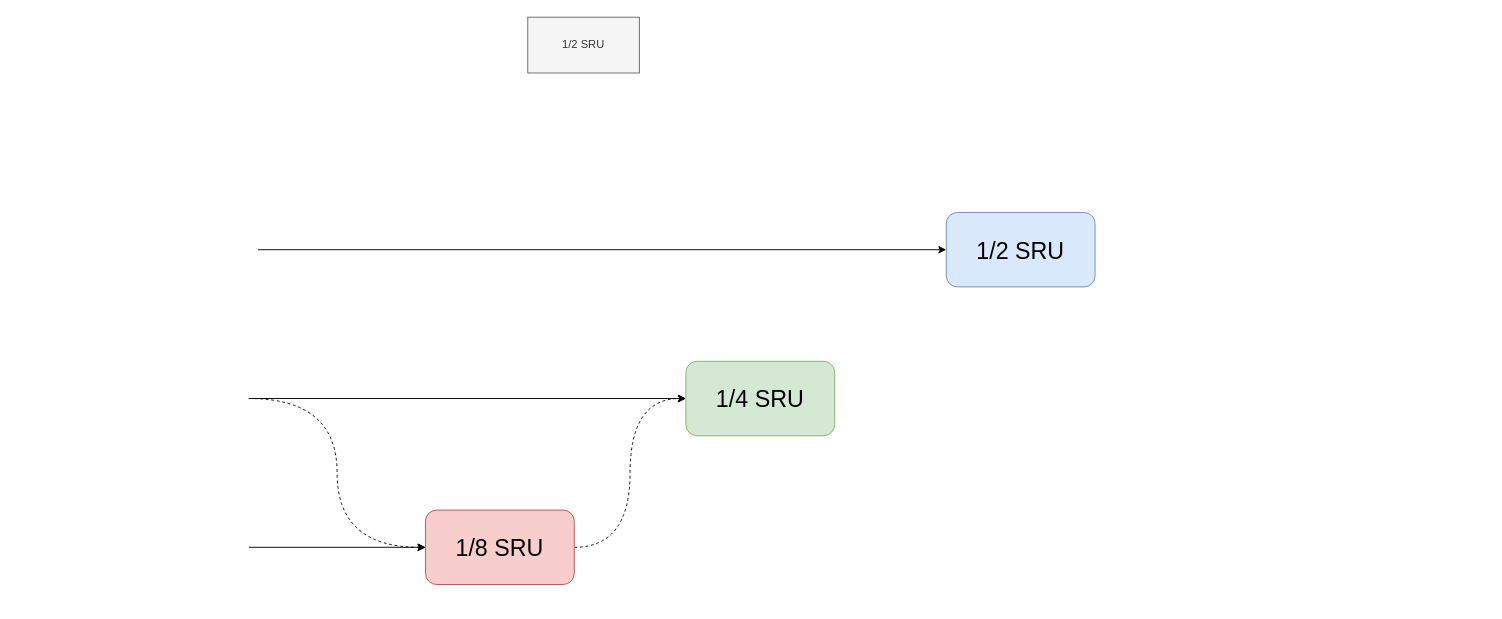
This is sru.drawio from wangpinzhi/wangpinzhi.github.io, a draw.io file, before an edit. Source tidied: cells renumbered, new cells numbered last; positions are measured from the earlier drawing's top-left corner, leaving out a move shared by most shapes. Both pictures are drawn from the tidied source at 93%, with x=0, y=0 at pixel (230, 17).
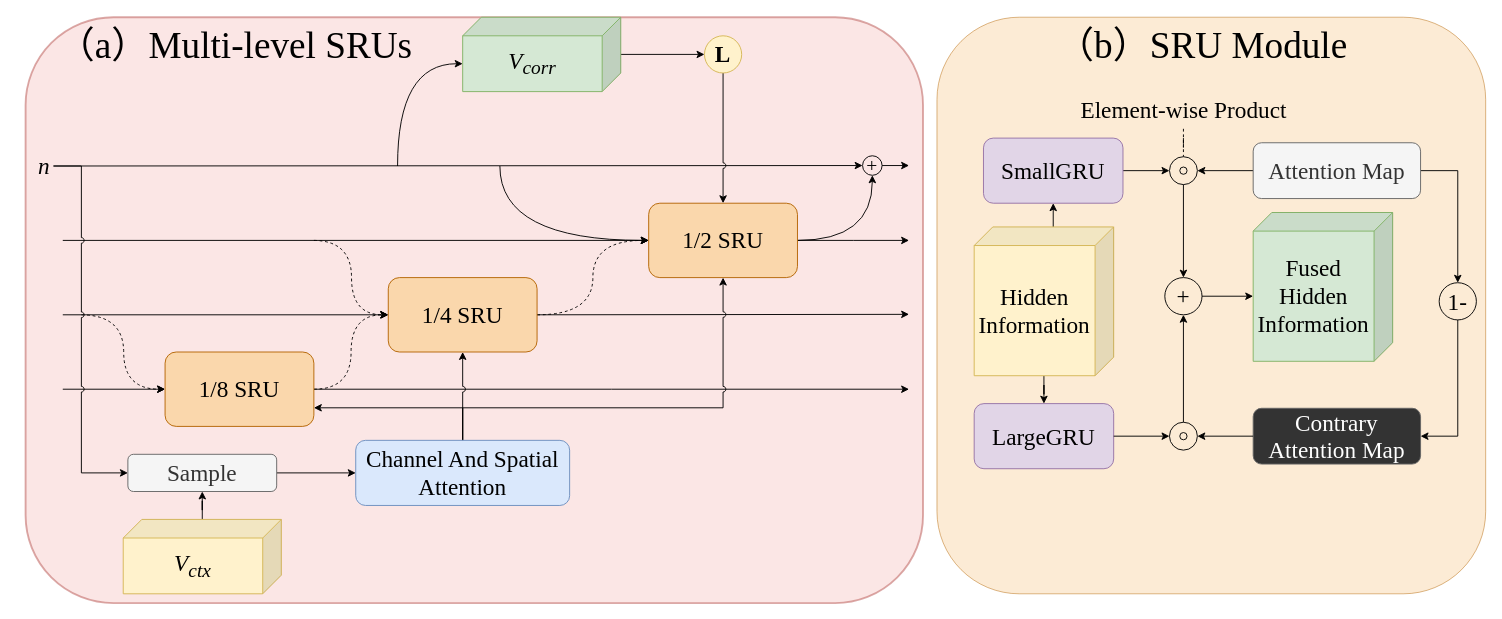
Above is the later version.

Change to the diagram source:
```diff
@@
-    <mxCell id="2" value="1/2 SRU" style="rounded=0;whiteSpace=wrap;html=1;fillColor=#f5f5f5;fontColor=#333333;strokeColor=#666666;" parent="1" vertex="1">
-      <mxGeometry x="320" width="120" height="60" as="geometry" />
-    </mxCell>
+    <mxCell id="15" style="rounded=1;whiteSpace=wrap;html=1;fontSize=25;fillColor=#fad7ac;strokeColor=#b46504;fontFamily=Times New Roman;opacity=50;" parent="1" vertex="1">
+      <mxGeometry x="760" width="590" height="620" as="geometry" />
+    </mxCell>
+    <mxCell id="16" style="rounded=1;whiteSpace=wrap;html=1;fillColor=#f8cecc;strokeColor=#b85450;shadow=0;strokeWidth=2;opacity=50;" parent="1" vertex="1">
+      <mxGeometry x="-220" width="965" height="630" as="geometry" />
+    </mxCell>
+    <mxCell id="17" style="edgeStyle=orthogonalEdgeStyle;rounded=0;jettySize=auto;html=1;exitX=1;exitY=0.5;exitDx=0;exitDy=0;curved=1;" parent="1" edge="1" source="3" target="27">
+      <mxGeometry relative="1" as="geometry" />
+    </mxCell>
+    <mxCell id="18" style="edgeStyle=orthogonalEdgeStyle;rounded=0;jettySize=auto;html=1;" parent="1" edge="1" source="3">
+      <mxGeometry relative="1" as="geometry">
+        <mxPoint x="730" y="240" as="targetPoint" />
+      </mxGeometry>
+    </mxCell>
-    <mxCell id="3" value="1/2 SRU" style="rounded=1;whiteSpace=wrap;html=1;fontSize=25;fillColor=#dae8fc;strokeColor=#6c8ebf;" parent="1" vertex="1">
-      <mxGeometry x="770" y="210" width="160" height="80" as="geometry" />
+    <mxCell id="3" value="1/2 SRU" style="rounded=1;whiteSpace=wrap;html=1;fontSize=25;fillColor=#fad7ac;strokeColor=#b46504;fontFamily=Times New Roman;" parent="1" vertex="1">
+      <mxGeometry x="450" y="200" width="160" height="80" as="geometry" />
     </mxCell>
@@
+    <mxCell id="19" style="edgeStyle=orthogonalEdgeStyle;rounded=0;jettySize=auto;html=1;exitX=1;exitY=0.5;exitDx=0;exitDy=0;" parent="1" edge="1" source="5">
+      <mxGeometry relative="1" as="geometry">
+        <mxPoint x="730" y="319.5" as="targetPoint" />
+      </mxGeometry>
+    </mxCell>
+    <mxCell id="20" style="edgeStyle=orthogonalEdgeStyle;rounded=0;jettySize=auto;html=1;exitX=1;exitY=0.5;exitDx=0;exitDy=0;entryX=0;entryY=0.5;entryDx=0;entryDy=0;curved=1;dashed=1;" parent="1" edge="1" source="5" target="3">
+      <mxGeometry relative="1" as="geometry" />
+    </mxCell>
-    <mxCell id="5" value="1/4 SRU" style="rounded=1;whiteSpace=wrap;html=1;fontSize=25;fillColor=#d5e8d4;strokeColor=#82b366;" parent="1" vertex="1">
-      <mxGeometry x="490" y="370" width="160" height="80" as="geometry" />
+    <mxCell id="5" value="1/4 SRU" style="rounded=1;whiteSpace=wrap;html=1;fontSize=25;fillColor=#fad7ac;strokeColor=#b46504;fontFamily=Times New Roman;" parent="1" vertex="1">
+      <mxGeometry x="170" y="280" width="160" height="80" as="geometry" />
     </mxCell>
@@
+    <mxCell id="21" style="edgeStyle=orthogonalEdgeStyle;rounded=0;jettySize=auto;html=1;" parent="1" edge="1" source="7">
+      <mxGeometry relative="1" as="geometry">
+        <mxPoint x="730" y="400" as="targetPoint" />
+      </mxGeometry>
+    </mxCell>
-    <mxCell id="7" value="1/8 SRU" style="rounded=1;whiteSpace=wrap;html=1;fontSize=25;fillColor=#f8cecc;strokeColor=#b85450;" parent="1" vertex="1">
-      <mxGeometry x="210" y="530" width="160" height="80" as="geometry" />
+    <mxCell id="7" value="1/8 SRU" style="rounded=1;whiteSpace=wrap;html=1;fontSize=25;fillColor=#fad7ac;strokeColor=#b46504;fontFamily=Times New Roman;" parent="1" vertex="1">
+      <mxGeometry x="-70" y="360" width="160" height="80" as="geometry" />
     </mxCell>
@@
     <mxCell id="10" style="ellipse;whiteSpace=wrap;html=1;" parent="1" vertex="1">
-      <mxGeometry x="50" y="370" as="geometry" />
+      <mxGeometry x="-230" y="280" as="geometry" />
     </mxCell>
-    <mxCell id="11" style="edgeStyle=orthogonalEdgeStyle;rounded=0;jettySize=auto;html=1;entryX=0;entryY=0.5;entryDx=0;entryDy=0;curved=1;dashed=1;" parent="1" edge="1" source="12" target="7">
-      <mxGeometry relative="1" as="geometry" />
+    <mxCell id="11" style="edgeStyle=orthogonalEdgeStyle;rounded=0;jettySize=auto;html=1;entryX=0;entryY=0.5;entryDx=0;entryDy=0;curved=1;dashed=1;" parent="1" edge="1" target="7">
+      <mxGeometry relative="1" as="geometry">
+        <mxPoint x="-160" y="320" as="sourcePoint" />
+      </mxGeometry>
     </mxCell>
     <mxCell id="12" style="ellipse;whiteSpace=wrap;html=1;fillColor=none;strokeColor=none;" parent="1" vertex="1">
-      <mxGeometry y="400" width="20" height="20" as="geometry" />
+      <mxGeometry x="-200" y="310" width="20" height="20" as="geometry" />
     </mxCell>
     <mxCell id="13" style="ellipse;whiteSpace=wrap;html=1;fillColor=none;strokeColor=none;" parent="1" vertex="1">
-      <mxGeometry y="560" width="20" height="20" as="geometry" />
+      <mxGeometry x="-200" y="390" width="20" height="20" as="geometry" />
     </mxCell>
+    <mxCell id="22" style="edgeStyle=orthogonalEdgeStyle;rounded=0;jettySize=auto;html=1;entryX=0;entryY=0.5;entryDx=0;entryDy=0;curved=1;dashed=1;" parent="1" edge="1" target="5">
+      <mxGeometry relative="1" as="geometry">
+        <mxPoint x="90" y="240" as="sourcePoint" />
+      </mxGeometry>
+    </mxCell>
     <mxCell id="14" style="ellipse;whiteSpace=wrap;html=1;fillColor=none;strokeColor=none;" parent="1" vertex="1">
-      <mxGeometry x="10" y="240" width="20" height="20" as="geometry" />
+      <mxGeometry x="-200" y="230" width="20" height="20" as="geometry" />
     </mxCell>
+    <mxCell id="23" style="endArrow=classic;html=1;rounded=0;entryX=0;entryY=0.5;entryDx=0;entryDy=0;exitX=1;exitY=0.5;exitDx=0;exitDy=0;" parent="1" edge="1" source="25" target="27">
+      <mxGeometry relative="1" as="geometry" />
+    </mxCell>
+    <mxCell id="24" style="edgeStyle=orthogonalEdgeStyle;rounded=0;jettySize=auto;html=1;entryX=0;entryY=0.5;entryDx=0;entryDy=0;curved=1;" parent="1" edge="1" target="3">
+      <mxGeometry relative="1" as="geometry">
+        <mxPoint x="290" y="160" as="sourcePoint" />
+        <Array as="points">
+          <mxPoint x="290" y="240" />
+        </Array>
+      </mxGeometry>
+    </mxCell>
+    <mxCell id="25" value="n" style="ellipse;whiteSpace=wrap;html=1;fillColor=none;strokeColor=none;fontFamily=Times New Roman;fontSize=25;fontStyle=2;" parent="1" vertex="1">
+      <mxGeometry x="-210" y="150" width="20" height="20" as="geometry" />
+    </mxCell>
+    <mxCell id="26" style="edgeStyle=orthogonalEdgeStyle;rounded=0;jettySize=auto;html=1;exitX=1;exitY=0.5;exitDx=0;exitDy=0;" parent="1" edge="1" source="27">
+      <mxGeometry relative="1" as="geometry">
+        <mxPoint x="730" y="159.5" as="targetPoint" />
+      </mxGeometry>
+    </mxCell>
+    <mxCell id="27" value="+" style="ellipse;whiteSpace=wrap;html=1;rounded=0;strokeColor=default;align=center;verticalAlign=middle;fontFamily=Times New Roman;fontSize=21;fontColor=default;fillColor=none;gradientColor=none;fontStyle=0;" parent="1" vertex="1">
+      <mxGeometry x="680" y="149" width="21" height="21" as="geometry" />
+    </mxCell>
+    <mxCell id="28" style="edgeStyle=orthogonalEdgeStyle;rounded=0;jettySize=auto;html=1;entryX=0;entryY=0.5;entryDx=0;entryDy=0;" parent="1" edge="1" source="29" target="31">
+      <mxGeometry relative="1" as="geometry" />
+    </mxCell>
+    <mxCell id="29" value="V&lt;sub&gt;corr&lt;/sub&gt;" style="shape=cube;whiteSpace=wrap;html=1;boundedLbl=1;backgroundOutline=1;darkOpacity=0.05;darkOpacity2=0.1;flipH=1;fillColor=#d5e8d4;strokeColor=#82b366;fontSize=25;fontStyle=2;fontFamily=Times New Roman;" parent="1" vertex="1">
+      <mxGeometry x="250" width="170" height="80" as="geometry" />
+    </mxCell>
+    <mxCell id="30" style="edgeStyle=orthogonalEdgeStyle;rounded=0;jettySize=auto;html=1;entryX=0.5;entryY=0;entryDx=0;entryDy=0;jumpStyle=arc;" parent="1" edge="1" source="31" target="3">
+      <mxGeometry relative="1" as="geometry" />
+    </mxCell>
+    <mxCell id="31" value="L" style="ellipse;whiteSpace=wrap;html=1;fontSize=25;fontFamily=Times New Roman;fontStyle=1;fillColor=#fff2cc;strokeColor=#d6b656;" parent="1" vertex="1">
+      <mxGeometry x="510" y="20" width="40" height="40" as="geometry" />
+    </mxCell>
+    <mxCell id="32" style="edgeStyle=orthogonalEdgeStyle;rounded=0;jettySize=auto;html=1;entryX=0;entryY=0;entryDx=170;entryDy=50;entryPerimeter=0;curved=1;" parent="1" edge="1" target="29">
+      <mxGeometry relative="1" as="geometry">
+        <mxPoint x="180" y="160" as="sourcePoint" />
+        <Array as="points">
+          <mxPoint x="180" y="50" />
+        </Array>
+      </mxGeometry>
+    </mxCell>
+    <mxCell id="33" style="edgeStyle=orthogonalEdgeStyle;rounded=0;jettySize=auto;html=1;entryX=0.5;entryY=1;entryDx=0;entryDy=0;" parent="1" edge="1" source="34" target="36">
+      <mxGeometry relative="1" as="geometry" />
+    </mxCell>
+    <mxCell id="34" value="V&lt;sub&gt;ctx&lt;/sub&gt;" style="shape=cube;whiteSpace=wrap;html=1;boundedLbl=1;backgroundOutline=1;darkOpacity=0.05;darkOpacity2=0.1;flipH=1;fillColor=#fff2cc;strokeColor=#d6b656;fontSize=25;fontStyle=2;fontFamily=Times New Roman;" parent="1" vertex="1">
+      <mxGeometry x="-115" y="540" width="170" height="80" as="geometry" />
+    </mxCell>
+    <mxCell id="35" style="edgeStyle=orthogonalEdgeStyle;rounded=0;jettySize=auto;html=1;exitX=1;exitY=0.5;exitDx=0;exitDy=0;entryX=0;entryY=0.5;entryDx=0;entryDy=0;" parent="1" edge="1" source="36" target="41">
+      <mxGeometry relative="1" as="geometry" />
+    </mxCell>
+    <mxCell id="36" value="Sample" style="rounded=1;whiteSpace=wrap;html=1;fontSize=25;fillColor=#f5f5f5;strokeColor=#666666;fontColor=#333333;fontFamily=Times New Roman;" parent="1" vertex="1">
+      <mxGeometry x="-110" y="470" width="160" height="40" as="geometry" />
+    </mxCell>
+    <mxCell id="37" style="edgeStyle=orthogonalEdgeStyle;rounded=0;jettySize=auto;html=1;exitX=1;exitY=0.5;exitDx=0;exitDy=0;entryX=0;entryY=0.5;entryDx=0;entryDy=0;jumpStyle=arc;" parent="1" edge="1" source="25" target="36">
+      <mxGeometry relative="1" as="geometry">
+        <Array as="points">
+          <mxPoint x="-160" y="160" />
+          <mxPoint x="-160" y="490" />
+        </Array>
+      </mxGeometry>
+    </mxCell>
+    <mxCell id="38" style="edgeStyle=orthogonalEdgeStyle;rounded=0;jettySize=auto;html=1;entryX=1;entryY=0.75;entryDx=0;entryDy=0;exitX=0.5;exitY=0;exitDx=0;exitDy=0;" parent="1" edge="1" source="41" target="7">
+      <mxGeometry relative="1" as="geometry" />
+    </mxCell>
+    <mxCell id="39" style="edgeStyle=orthogonalEdgeStyle;rounded=0;jettySize=auto;html=1;entryX=0.5;entryY=1;entryDx=0;entryDy=0;jumpStyle=arc;" parent="1" edge="1" source="41" target="5">
+      <mxGeometry relative="1" as="geometry" />
+    </mxCell>
+    <mxCell id="40" style="edgeStyle=orthogonalEdgeStyle;rounded=0;jettySize=auto;html=1;exitX=0.5;exitY=0;exitDx=0;exitDy=0;entryX=0.5;entryY=1;entryDx=0;entryDy=0;jumpStyle=arc;" parent="1" edge="1" source="41" target="3">
+      <mxGeometry relative="1" as="geometry">
+        <Array as="points">
+          <mxPoint x="250" y="420" />
+          <mxPoint x="530" y="420" />
+        </Array>
+      </mxGeometry>
+    </mxCell>
+    <mxCell id="41" value="Channel And Spatial&lt;div&gt;Attention&lt;/div&gt;" style="rounded=1;whiteSpace=wrap;html=1;fillColor=#dae8fc;strokeColor=#6c8ebf;fontSize=25;fontFamily=Times New Roman;" parent="1" vertex="1">
+      <mxGeometry x="135" y="455" width="230" height="70" as="geometry" />
+    </mxCell>
+    <mxCell id="42" value="（a）Multi-level SRUs" style="text;html=1;align=center;verticalAlign=middle;strokeColor=none;fillColor=none;fontFamily=Times New Roman;fontSize=40;" parent="1" vertex="1">
+      <mxGeometry x="-195" width="400" height="60" as="geometry" />
+    </mxCell>
+    <mxCell id="43" style="edgeStyle=orthogonalEdgeStyle;rounded=0;jettySize=auto;html=1;exitX=0;exitY=0;exitDx=65;exitDy=0;exitPerimeter=0;entryX=0.5;entryY=1;entryDx=0;entryDy=0;" parent="1" edge="1" source="45" target="47">
+      <mxGeometry relative="1" as="geometry" />
+    </mxCell>
+    <mxCell id="44" style="edgeStyle=orthogonalEdgeStyle;rounded=0;jettySize=auto;html=1;entryX=0.5;entryY=0;entryDx=0;entryDy=0;" parent="1" edge="1" source="45" target="48">
+      <mxGeometry relative="1" as="geometry" />
+    </mxCell>
+    <mxCell id="45" value="Hidden&lt;br&gt;Information" style="shape=cube;whiteSpace=wrap;html=1;boundedLbl=1;backgroundOutline=1;darkOpacity=0.05;darkOpacity2=0.1;flipH=1;fillColor=#fff2cc;strokeColor=#d6b656;fontSize=25;fontStyle=0;fontFamily=Times New Roman;" parent="1" vertex="1">
+      <mxGeometry x="800" y="225.5" width="150" height="160" as="geometry" />
+    </mxCell>
+    <mxCell id="46" style="edgeStyle=orthogonalEdgeStyle;rounded=0;jettySize=auto;html=1;exitX=1;exitY=0.5;exitDx=0;exitDy=0;entryX=0;entryY=0.5;entryDx=0;entryDy=0;" parent="1" edge="1" source="47" target="56">
+      <mxGeometry relative="1" as="geometry" />
+    </mxCell>
+    <mxCell id="47" value="SmallGRU" style="rounded=1;whiteSpace=wrap;html=1;fillColor=#e1d5e7;strokeColor=#9673a6;fontSize=25;fontFamily=Times New Roman;" parent="1" vertex="1">
+      <mxGeometry x="810" y="130" width="150" height="70" as="geometry" />
+    </mxCell>
+    <mxCell id="48" value="LargeGRU" style="rounded=1;whiteSpace=wrap;html=1;fillColor=#e1d5e7;strokeColor=#9673a6;fontSize=25;fontFamily=Times New Roman;" parent="1" vertex="1">
+      <mxGeometry x="800" y="415.5" width="150" height="70" as="geometry" />
+    </mxCell>
+    <mxCell id="49" style="edgeStyle=orthogonalEdgeStyle;rounded=0;jettySize=auto;html=1;exitX=1;exitY=0.5;exitDx=0;exitDy=0;entryX=0.5;entryY=0;entryDx=0;entryDy=0;" parent="1" edge="1" source="51" target="54">
+      <mxGeometry relative="1" as="geometry" />
+    </mxCell>
+    <mxCell id="50" style="edgeStyle=orthogonalEdgeStyle;rounded=0;jettySize=auto;html=1;entryX=1;entryY=0.5;entryDx=0;entryDy=0;" parent="1" edge="1" source="51" target="56">
+      <mxGeometry relative="1" as="geometry" />
+    </mxCell>
+    <mxCell id="51" value="Attention Map" style="rounded=1;whiteSpace=wrap;html=1;fillColor=#f5f5f5;fontColor=#333333;strokeColor=#666666;fontFamily=Times New Roman;fontSize=25;" parent="1" vertex="1">
+      <mxGeometry x="1100" y="135" width="180" height="60" as="geometry" />
+    </mxCell>
+    <mxCell id="52" value="Contrary&lt;br&gt;Attention Map" style="rounded=1;whiteSpace=wrap;html=1;fillColor=#333333;fontColor=#FFFFFF;strokeColor=#666666;fontFamily=Times New Roman;fontSize=25;" parent="1" vertex="1">
+      <mxGeometry x="1100" y="420.5" width="180" height="60" as="geometry" />
+    </mxCell>
+    <mxCell id="53" style="edgeStyle=orthogonalEdgeStyle;rounded=0;jettySize=auto;html=1;exitX=0.5;exitY=1;exitDx=0;exitDy=0;entryX=1;entryY=0.5;entryDx=0;entryDy=0;" parent="1" edge="1" source="54" target="52">
+      <mxGeometry relative="1" as="geometry" />
+    </mxCell>
+    <mxCell id="54" value="1-" style="ellipse;whiteSpace=wrap;html=1;rounded=0;strokeColor=default;align=center;verticalAlign=middle;fontFamily=Times New Roman;fontSize=25;fontColor=default;fillColor=none;gradientColor=none;fontStyle=0;" parent="1" vertex="1">
+      <mxGeometry x="1300" y="285.5" width="40" height="40" as="geometry" />
+    </mxCell>
+    <mxCell id="55" style="group;" parent="1" vertex="1">
+      <mxGeometry x="1010" y="150" width="30" height="30" as="geometry" />
+    </mxCell>
+    <mxCell id="56" style="ellipse;whiteSpace=wrap;html=1;rounded=0;strokeColor=default;align=center;verticalAlign=middle;fontFamily=Times New Roman;fontSize=25;fontColor=default;fillColor=none;gradientColor=none;fontStyle=0;" parent="55" vertex="1">
+      <mxGeometry width="30" height="30" as="geometry" />
+    </mxCell>
+    <mxCell id="57" style="ellipse;whiteSpace=wrap;html=1;rounded=0;strokeColor=default;align=center;verticalAlign=middle;fontFamily=Times New Roman;fontSize=25;fontColor=default;fillColor=none;gradientColor=none;fontStyle=0;" parent="55" vertex="1">
+      <mxGeometry x="11.1" y="11.1" width="7.8" height="7.8" as="geometry" />
+    </mxCell>
+    <mxCell id="58" style="edgeStyle=orthogonalEdgeStyle;rounded=0;jettySize=auto;html=1;entryX=0.5;entryY=0;entryDx=0;entryDy=0;endArrow=none;startFill=0;dashed=1;" parent="1" edge="1" source="59" target="56">
+      <mxGeometry relative="1" as="geometry" />
+    </mxCell>
+    <mxCell id="59" value="Element-wise Product" style="text;html=1;align=center;verticalAlign=middle;points=[];strokeColor=none;fillColor=none;fontFamily=Times New Roman;fontSize=25;dashed=1;" parent="1" vertex="1">
+      <mxGeometry x="905" y="80" width="240" height="40" as="geometry" />
+    </mxCell>
+    <mxCell id="60" style="edgeStyle=orthogonalEdgeStyle;rounded=0;jettySize=auto;html=1;exitX=1;exitY=0.5;exitDx=0;exitDy=0;entryX=0;entryY=0.5;entryDx=0;entryDy=0;" parent="1" edge="1" source="48" target="63">
+      <mxGeometry relative="1" as="geometry" />
+    </mxCell>
+    <mxCell id="61" style="edgeStyle=orthogonalEdgeStyle;rounded=0;jettySize=auto;html=1;entryX=1;entryY=0.5;entryDx=0;entryDy=0;exitX=0;exitY=0.5;exitDx=0;exitDy=0;" parent="1" edge="1" source="52" target="63">
+      <mxGeometry relative="1" as="geometry" />
+    </mxCell>
+    <mxCell id="62" style="group;" parent="1" vertex="1">
+      <mxGeometry x="1010" y="435.5" width="30" height="30" as="geometry" />
+    </mxCell>
+    <mxCell id="63" style="ellipse;whiteSpace=wrap;html=1;rounded=0;strokeColor=default;align=center;verticalAlign=middle;fontFamily=Times New Roman;fontSize=25;fontColor=default;fillColor=none;gradientColor=none;fontStyle=0;" parent="62" vertex="1">
+      <mxGeometry width="30" height="30" as="geometry" />
+    </mxCell>
+    <mxCell id="64" style="ellipse;whiteSpace=wrap;html=1;rounded=0;strokeColor=default;align=center;verticalAlign=middle;fontFamily=Times New Roman;fontSize=25;fontColor=default;fillColor=none;gradientColor=none;fontStyle=0;" parent="62" vertex="1">
+      <mxGeometry x="11.1" y="11.1" width="7.8" height="7.8" as="geometry" />
+    </mxCell>
+    <mxCell id="65" style="edgeStyle=orthogonalEdgeStyle;rounded=0;jettySize=auto;html=1;exitX=1;exitY=0.5;exitDx=0;exitDy=0;entryX=0;entryY=0;entryDx=150;entryDy=90;entryPerimeter=0;" parent="1" edge="1" source="66" target="69">
+      <mxGeometry relative="1" as="geometry" />
+    </mxCell>
+    <mxCell id="66" value="+" style="ellipse;whiteSpace=wrap;html=1;rounded=0;strokeColor=default;align=center;verticalAlign=middle;fontFamily=Times New Roman;fontSize=25;fontColor=default;fillColor=none;gradientColor=none;fontStyle=0;" parent="1" vertex="1">
+      <mxGeometry x="1005" y="280" width="40" height="40" as="geometry" />
+    </mxCell>
+    <mxCell id="67" style="edgeStyle=orthogonalEdgeStyle;rounded=0;jettySize=auto;html=1;exitX=0.5;exitY=1;exitDx=0;exitDy=0;entryX=0.5;entryY=0;entryDx=0;entryDy=0;" parent="1" edge="1" source="56" target="66">
+      <mxGeometry relative="1" as="geometry" />
+    </mxCell>
+    <mxCell id="68" style="edgeStyle=orthogonalEdgeStyle;rounded=0;jettySize=auto;html=1;exitX=0.5;exitY=0;exitDx=0;exitDy=0;entryX=0.5;entryY=1;entryDx=0;entryDy=0;" parent="1" edge="1" source="63" target="66">
+      <mxGeometry relative="1" as="geometry" />
+    </mxCell>
+    <mxCell id="69" value="Fused&lt;br&gt;Hidden&lt;br&gt;Information" style="shape=cube;whiteSpace=wrap;html=1;boundedLbl=1;backgroundOutline=1;darkOpacity=0.05;darkOpacity2=0.1;flipH=1;fillColor=#d5e8d4;strokeColor=#82b366;fontSize=25;fontStyle=0;fontFamily=Times New Roman;" parent="1" vertex="1">
+      <mxGeometry x="1100" y="210" width="150" height="160" as="geometry" />
+    </mxCell>
+    <mxCell id="70" value="（b）SRU Module" style="text;html=1;align=center;verticalAlign=middle;strokeColor=none;fillColor=none;fontFamily=Times New Roman;fontSize=40;" parent="1" vertex="1">
+      <mxGeometry x="875" width="340" height="60" as="geometry" />
+    </mxCell>
```
